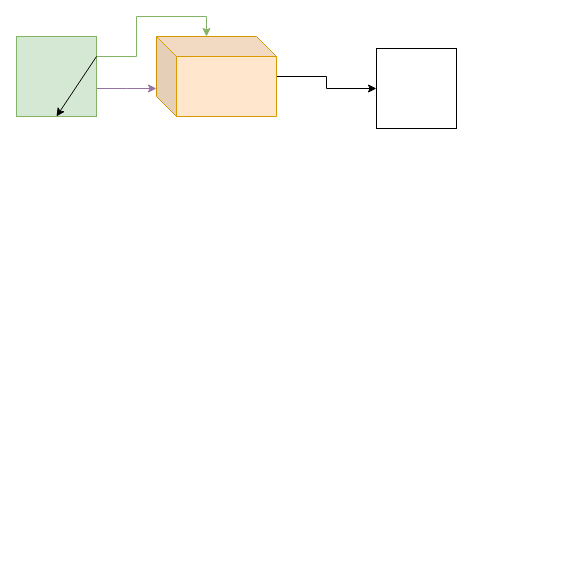
Above: 未命名绘图.drawio in Jorgen7062/flow_chart (draw.io), before the change. Source tidied: cells renumbered, new cells numbered last; positions are measured from the earlier drawing's top-left corner, leaving out a move shared by most shapes. Both pictures are drawn from the tidied source at 100%, with x=0, y=0 at pixel (16, 16).
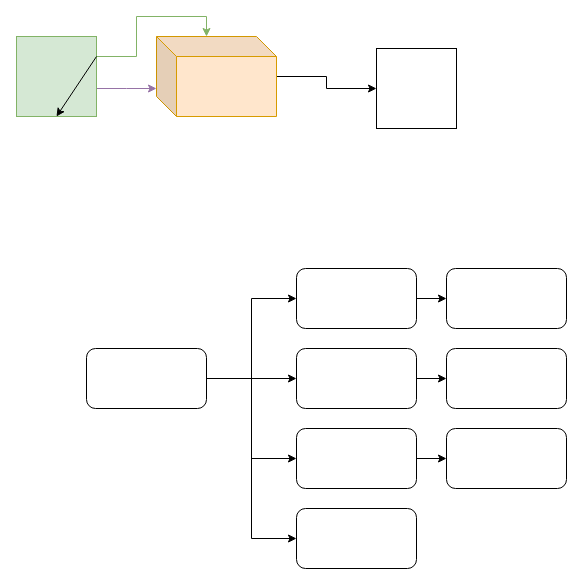
Above is the later version.

Commit message:
更新未命名绘图003.drawio

Change to the diagram source:
```diff
@@
+    <mxCell id="9" style="edgeStyle=orthogonalEdgeStyle;rounded=0;jettySize=auto;html=1;" parent="1" edge="1" source="13" target="15">
+      <mxGeometry relative="1" as="geometry" />
+    </mxCell>
+    <mxCell id="10" style="edgeStyle=orthogonalEdgeStyle;rounded=0;jettySize=auto;html=1;exitX=1;exitY=0.5;exitDx=0;exitDy=0;entryX=0;entryY=0.5;entryDx=0;entryDy=0;" parent="1" edge="1" source="13" target="17">
+      <mxGeometry relative="1" as="geometry" />
+    </mxCell>
+    <mxCell id="11" style="edgeStyle=orthogonalEdgeStyle;rounded=0;jettySize=auto;html=1;exitX=1;exitY=0.5;exitDx=0;exitDy=0;entryX=0;entryY=0.5;entryDx=0;entryDy=0;" parent="1" edge="1" source="13" target="19">
+      <mxGeometry relative="1" as="geometry" />
+    </mxCell>
+    <mxCell id="12" style="edgeStyle=orthogonalEdgeStyle;rounded=0;jettySize=auto;html=1;exitX=1;exitY=0.5;exitDx=0;exitDy=0;entryX=0;entryY=0.5;entryDx=0;entryDy=0;" parent="1" edge="1" source="13" target="20">
+      <mxGeometry relative="1" as="geometry" />
+    </mxCell>
+    <mxCell id="13" style="rounded=1;whiteSpace=wrap;html=1;" parent="1" vertex="1">
+      <mxGeometry x="70" y="332" width="120" height="60" as="geometry" />
+    </mxCell>
+    <mxCell id="14" style="edgeStyle=orthogonalEdgeStyle;rounded=0;jettySize=auto;html=1;" parent="1" edge="1" source="15" target="21">
+      <mxGeometry relative="1" as="geometry" />
+    </mxCell>
+    <mxCell id="15" style="rounded=1;whiteSpace=wrap;html=1;" parent="1" vertex="1">
+      <mxGeometry x="280" y="332" width="120" height="60" as="geometry" />
+    </mxCell>
+    <mxCell id="16" style="edgeStyle=orthogonalEdgeStyle;rounded=0;jettySize=auto;html=1;" parent="1" edge="1" source="17" target="22">
+      <mxGeometry relative="1" as="geometry" />
+    </mxCell>
+    <mxCell id="17" style="rounded=1;whiteSpace=wrap;html=1;" parent="1" vertex="1">
+      <mxGeometry x="280" y="252" width="120" height="60" as="geometry" />
+    </mxCell>
+    <mxCell id="18" style="edgeStyle=orthogonalEdgeStyle;rounded=0;jettySize=auto;html=1;" parent="1" edge="1" source="19" target="23">
+      <mxGeometry relative="1" as="geometry" />
+    </mxCell>
+    <mxCell id="19" style="rounded=1;whiteSpace=wrap;html=1;" parent="1" vertex="1">
+      <mxGeometry x="280" y="412" width="120" height="60" as="geometry" />
+    </mxCell>
+    <mxCell id="20" style="rounded=1;whiteSpace=wrap;html=1;" parent="1" vertex="1">
+      <mxGeometry x="280" y="492" width="120" height="60" as="geometry" />
+    </mxCell>
+    <mxCell id="21" style="rounded=1;whiteSpace=wrap;html=1;" parent="1" vertex="1">
+      <mxGeometry x="430" y="332" width="120" height="60" as="geometry" />
+    </mxCell>
+    <mxCell id="22" style="rounded=1;whiteSpace=wrap;html=1;" parent="1" vertex="1">
+      <mxGeometry x="430" y="252" width="120" height="60" as="geometry" />
+    </mxCell>
+    <mxCell id="23" style="rounded=1;whiteSpace=wrap;html=1;" parent="1" vertex="1">
+      <mxGeometry x="430" y="412" width="120" height="60" as="geometry" />
+    </mxCell>
```
